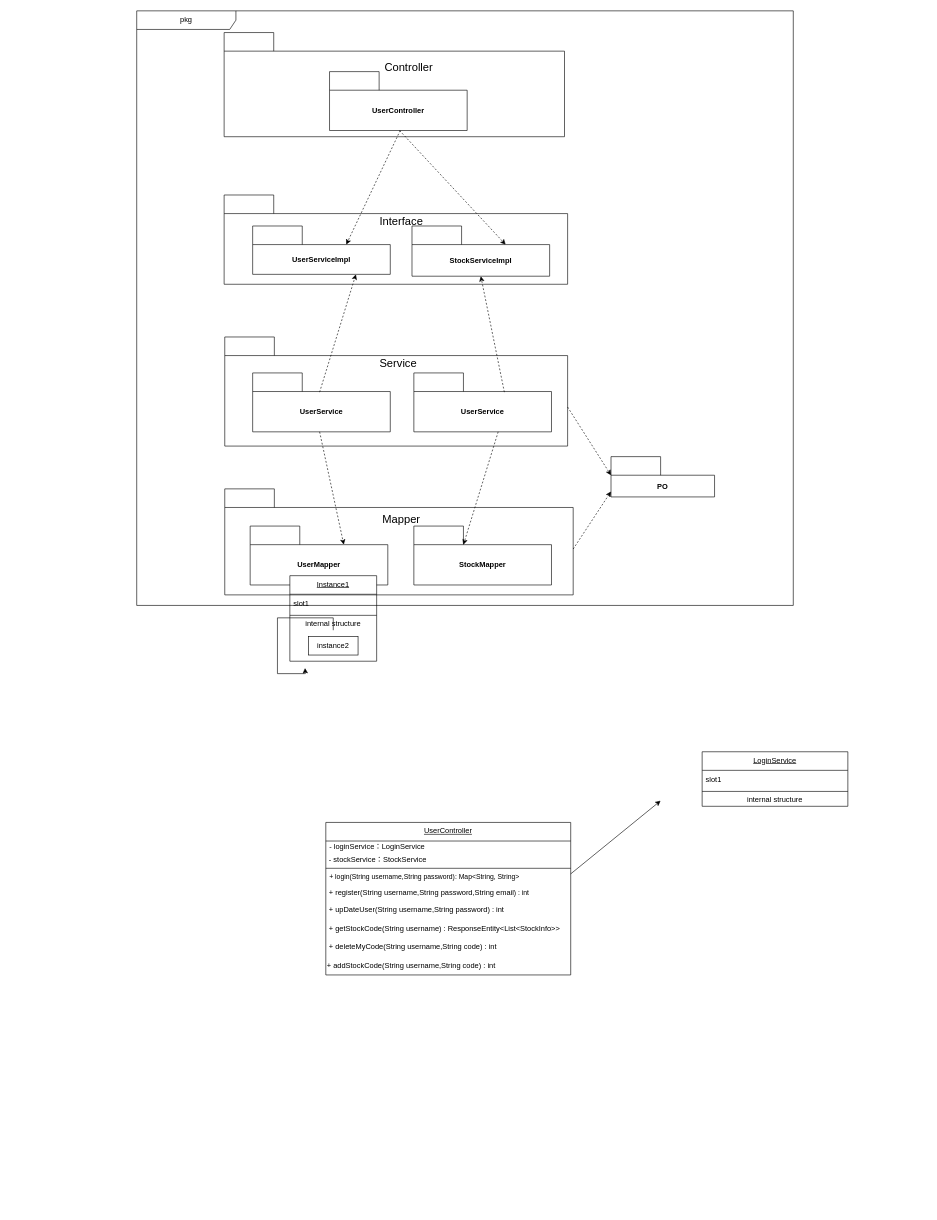
The draw.io diagram web/未命名绘图.drawio in Alemdx/pic-bed, before the edit. Source tidied: cells renumbered, new cells numbered last; positions are measured from the earlier drawing's top-left corner, leaving out a move shared by most shapes. Both pictures are drawn from the tidied source at 62%, with x=0, y=0 at pixel (136, 11).
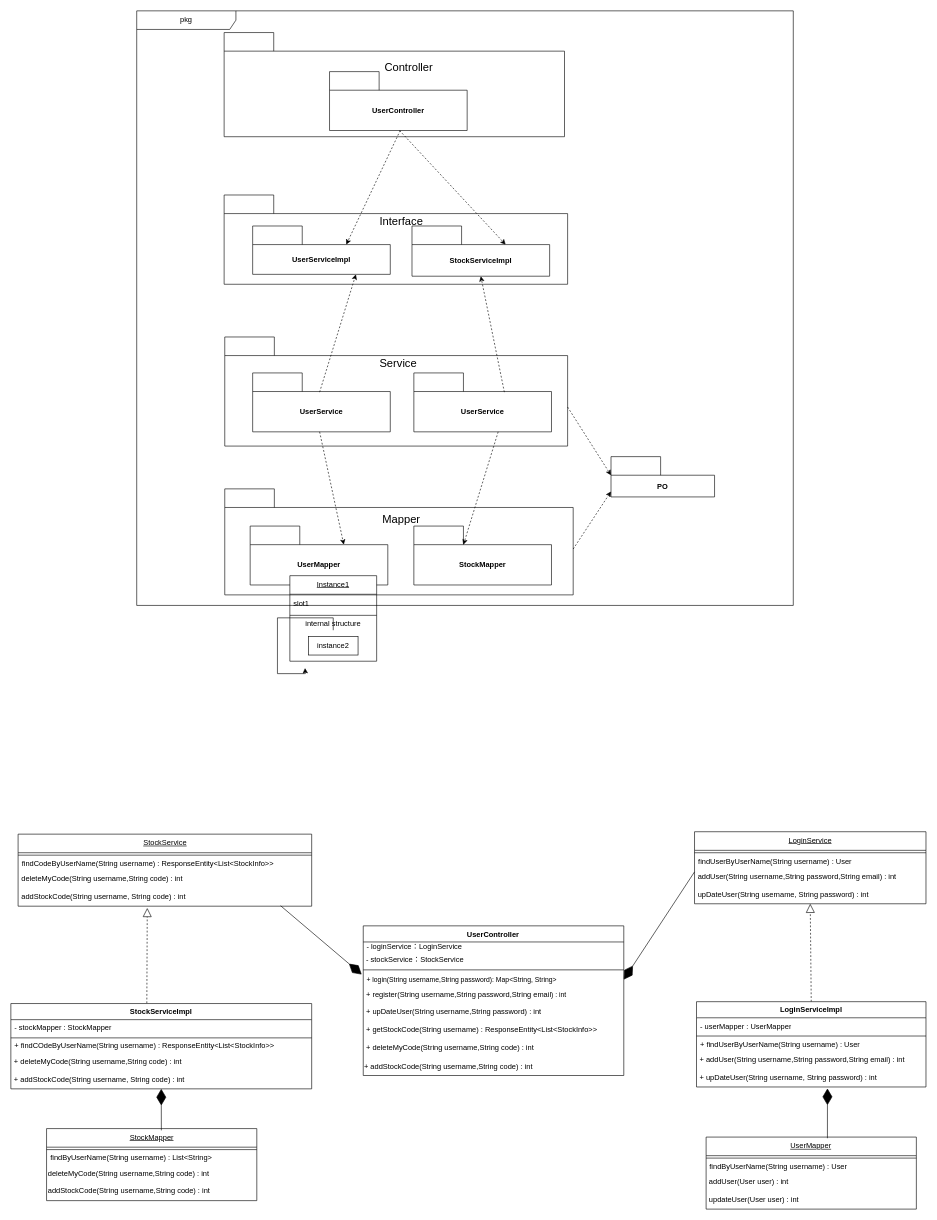
After the change.

Commit message:
更新未命名绘图.drawio

What changed in the source:
```diff
@@
+    <mxCell id="49" style="group;" parent="1" vertex="1">
+      <mxGeometry x="-203" y="1324" width="1476" height="608" as="geometry" />
+    </mxCell>
+    <mxCell id="45" value="LoginService" style="swimlane;fontStyle=4;align=center;verticalAlign=top;horizontal=1;startSize=30;html=1;whiteSpace=wrap;rotation=0;" parent="49" vertex="1">
+      <mxGeometry x="1102.7" width="373.3" height="116.2" as="geometry" />
+    </mxCell>
+    <mxCell id="47" style="line;strokeWidth=1;fillColor=none;align=left;verticalAlign=middle;spacingTop=-1;spacingLeft=3;spacingRight=3;labelPosition=right;rotation=0;" parent="45" vertex="1">
+      <mxGeometry y="30" width="373.3" height="7.8" as="geometry" />
+    </mxCell>
+    <mxCell id="48" value="findUserByUserName(String username) : User" style="html=1;strokeColor=none;fillColor=none;align=left;verticalAlign=middle;spacingLeft=4;spacingRight=4;whiteSpace=wrap;rotation=0;" parent="45" vertex="1">
+      <mxGeometry y="37.8" width="373.3" height="19.6" as="geometry" />
+    </mxCell>
+    <mxCell id="50" value="&amp;nbsp;addUser(String username,String password,String email) : int" style="text;html=1;strokeColor=none;fillColor=none;align=left;verticalAlign=middle;whiteSpace=wrap;rounded=0;" parent="45" vertex="1">
+      <mxGeometry y="57.4" width="373.3" height="29.4" as="geometry" />
+    </mxCell>
+    <mxCell id="51" value="&amp;nbsp;upDateUser(String username, String password) : int&amp;nbsp;" style="text;html=1;strokeColor=none;fillColor=none;align=left;verticalAlign=middle;whiteSpace=wrap;rounded=0;" parent="45" vertex="1">
+      <mxGeometry y="86.8" width="373.3" height="29.4" as="geometry" />
+    </mxCell>
+    <mxCell id="52" value="StockService" style="swimlane;fontStyle=4;align=center;verticalAlign=top;horizontal=1;startSize=30;html=1;whiteSpace=wrap;rotation=0;" parent="49" vertex="1">
+      <mxGeometry x="11.7" y="3.9" width="473.5" height="116.2" as="geometry" />
+    </mxCell>
+    <mxCell id="53" style="line;strokeWidth=1;fillColor=none;align=left;verticalAlign=middle;spacingTop=-1;spacingLeft=3;spacingRight=3;labelPosition=right;rotation=0;" parent="52" vertex="1">
+      <mxGeometry y="30" width="473.5" height="7.8" as="geometry" />
+    </mxCell>
+    <mxCell id="54" value="findCodeByUserName(String username) :&amp;nbsp;ResponseEntity&amp;lt;List&amp;lt;StockInfo&amp;gt;&amp;gt;" style="html=1;strokeColor=none;fillColor=none;align=left;verticalAlign=middle;spacingLeft=4;spacingRight=4;whiteSpace=wrap;rotation=0;" parent="52" vertex="1">
+      <mxGeometry y="37.8" width="473.5" height="19.6" as="geometry" />
+    </mxCell>
+    <mxCell id="55" value="&amp;nbsp;deleteMyCode(String username,String code) : int" style="text;html=1;strokeColor=none;fillColor=none;align=left;verticalAlign=middle;whiteSpace=wrap;rounded=0;" parent="52" vertex="1">
+      <mxGeometry y="57.4" width="473.5" height="29.4" as="geometry" />
+    </mxCell>
+    <mxCell id="56" value="&amp;nbsp;addStockCode(String username, String code) : int&amp;nbsp;" style="text;html=1;strokeColor=none;fillColor=none;align=left;verticalAlign=middle;whiteSpace=wrap;rounded=0;" parent="52" vertex="1">
+      <mxGeometry y="86.8" width="473.5" height="29.4" as="geometry" />
+    </mxCell>
+    <mxCell id="57" style="endArrow=block;dashed=1;endFill=0;endSize=12;html=1;rounded=0;entryX=0.5;entryY=1;entryDx=0;entryDy=0;exitX=0.5;exitY=0;exitDx=0;exitDy=0;" parent="49" edge="1" source="61" target="51">
+      <mxGeometry relative="1" as="geometry" />
+    </mxCell>
+    <mxCell id="58" style="endArrow=diamondThin;endFill=1;endSize=24;html=1;rounded=0;exitX=0;exitY=0.25;exitDx=0;exitDy=0;entryX=1;entryY=0.5;entryDx=0;entryDy=0;" parent="49" edge="1" source="50" target="38">
+      <mxGeometry relative="1" as="geometry" />
+    </mxCell>
+    <mxCell id="59" style="endArrow=diamondThin;endFill=1;endSize=24;html=1;rounded=0;entryX=-0.006;entryY=0.148;entryDx=0;entryDy=0;entryPerimeter=0;" parent="49" edge="1" target="38">
+      <mxGeometry relative="1" as="geometry">
+        <mxPoint x="435.1" y="119.4" as="sourcePoint" />
+      </mxGeometry>
+    </mxCell>
+    <mxCell id="60" style="endArrow=block;dashed=1;endFill=0;endSize=12;html=1;rounded=0;entryX=0.44;entryY=1.097;entryDx=0;entryDy=0;entryPerimeter=0;exitX=0.452;exitY=-0.004;exitDx=0;exitDy=0;exitPerimeter=0;" parent="49" edge="1" source="68" target="56">
+      <mxGeometry relative="1" as="geometry" />
+    </mxCell>
+    <mxCell id="61" value="LoginServiceImpl" style="swimlane;fontStyle=1;align=center;verticalAlign=top;horizontal=1;startSize=26;whiteSpace=wrap;html=1;" parent="49" vertex="1">
+      <mxGeometry x="1105.9" y="274.1" width="370.1" height="137.6" as="geometry" />
+    </mxCell>
+    <mxCell id="62" value="- userMapper : UserMapper" style="text;strokeColor=none;fillColor=none;align=left;verticalAlign=top;spacingLeft=4;spacingRight=4;overflow=hidden;whiteSpace=wrap;html=1;" parent="61" vertex="1">
+      <mxGeometry y="26" width="370.1" height="25.5" as="geometry" />
+    </mxCell>
+    <mxCell id="63" style="line;strokeWidth=1;fillColor=none;align=left;verticalAlign=middle;spacingTop=-1;spacingLeft=3;spacingRight=3;labelPosition=right;strokeColor=inherit;" parent="61" vertex="1">
+      <mxGeometry y="51.5" width="370.1" height="7.8" as="geometry" />
+    </mxCell>
+    <mxCell id="64" value="+ findUserByUserName(String username) : User" style="html=1;strokeColor=none;fillColor=none;align=left;verticalAlign=middle;spacingLeft=4;spacingRight=4;whiteSpace=wrap;rotation=0;" parent="61" vertex="1">
+      <mxGeometry y="59.3" width="370.1" height="19.6" as="geometry" />
+    </mxCell>
+    <mxCell id="65" value="&amp;nbsp;+ addUser(String username,String password,String email) : int" style="text;html=1;strokeColor=none;fillColor=none;align=left;verticalAlign=middle;whiteSpace=wrap;rounded=0;" parent="61" vertex="1">
+      <mxGeometry y="78.9" width="370.1" height="29.4" as="geometry" />
+    </mxCell>
+    <mxCell id="66" value="&amp;nbsp;+ upDateUser(String username, String password) : int&amp;nbsp;" style="text;html=1;strokeColor=none;fillColor=none;align=left;verticalAlign=middle;whiteSpace=wrap;rounded=0;" parent="61" vertex="1">
+      <mxGeometry y="108.2" width="370.1" height="29.4" as="geometry" />
+    </mxCell>
-    <mxCell id="34" value="UserController" style="swimlane;fontStyle=4;align=center;verticalAlign=top;horizontal=1;startSize=30;html=1;whiteSpace=wrap;" parent="1" vertex="1">
-      <mxGeometry x="305" y="1309" width="395" height="246" as="geometry" />
+    <mxCell id="34" value="UserController" style="swimlane;fontStyle=1;align=center;verticalAlign=top;horizontal=1;startSize=26;whiteSpace=wrap;html=1;" parent="49" vertex="1">
+      <mxGeometry x="568.4" y="151.8" width="420.2" height="241.4" as="geometry" />
     </mxCell>
     <mxCell id="35" value="-&amp;nbsp;loginService：LoginService" style="html=1;strokeColor=none;fillColor=none;align=left;verticalAlign=middle;spacingLeft=4;spacingRight=4;whiteSpace=wrap;" parent="34" vertex="1">
-      <mxGeometry y="30" width="395" height="17" as="geometry" />
+      <mxGeometry y="26" width="420.2" height="16.6" as="geometry" />
     </mxCell>
     <mxCell id="36" value="&amp;nbsp;-&amp;nbsp;stockService：StockService" style="text;html=1;strokeColor=none;fillColor=none;align=left;verticalAlign=middle;whiteSpace=wrap;rounded=0;" parent="34" vertex="1">
-      <mxGeometry y="47" width="395" height="25" as="geometry" />
+      <mxGeometry y="42.6" width="420.2" height="24.5" as="geometry" />
     </mxCell>
-    <mxCell id="37" style="line;strokeWidth=1;fillColor=none;align=left;verticalAlign=middle;spacingTop=-1;spacingLeft=3;spacingRight=3;labelPosition=right;" parent="34" vertex="1">
-      <mxGeometry y="72" width="395" height="4" as="geometry" />
-    </mxCell>
+    <mxCell id="67" style="line;strokeWidth=1;fillColor=none;align=left;verticalAlign=middle;spacingTop=-1;spacingLeft=3;spacingRight=3;labelPosition=right;strokeColor=inherit;" parent="34" vertex="1">
+      <mxGeometry y="67.1" width="420.2" height="7.8" as="geometry" />
+    </mxCell>
     <mxCell id="38" value="&lt;font style=&quot;font-size: 11px;&quot;&gt;+ login(String username,String password&lt;span style=&quot;background-color: initial; font-size: 11px;&quot;&gt;): Map&amp;lt;String, String&amp;gt;&lt;/span&gt;&lt;/font&gt;" style="html=1;strokeColor=none;fillColor=none;align=left;verticalAlign=middle;spacingLeft=4;spacingRight=4;points=[[0,0.5],[1,0.5]];whiteSpace=wrap;" parent="34" vertex="1">
-      <mxGeometry y="76" width="395" height="24" as="geometry" />
+      <mxGeometry y="75" width="420.2" height="23.5" as="geometry" />
     </mxCell>
     <mxCell id="39" value="&amp;nbsp;+ register(String username,String password,String email&lt;span style=&quot;border-color: var(--border-color); font-size: 11px; background-color: initial;&quot;&gt;) : int&lt;/span&gt;" style="text;html=1;strokeColor=none;fillColor=none;align=left;verticalAlign=middle;whiteSpace=wrap;rounded=0;" parent="34" vertex="1">
-      <mxGeometry y="100" width="395" height="26" as="geometry" />
+      <mxGeometry y="98.5" width="420.2" height="25.5" as="geometry" />
     </mxCell>
     <mxCell id="40" value="&amp;nbsp;+ upDateUser(String username,String password) : int" style="text;html=1;strokeColor=none;fillColor=none;align=left;verticalAlign=middle;whiteSpace=wrap;rounded=0;" parent="34" vertex="1">
-      <mxGeometry y="126" width="395" height="30" as="geometry" />
+      <mxGeometry y="123.9" width="420.2" height="29.4" as="geometry" />
     </mxCell>
     <mxCell id="41" value="&amp;nbsp;+ getStockCode(String username) :&amp;nbsp;ResponseEntity&amp;lt;List&amp;lt;StockInfo&amp;gt;&amp;gt;&amp;nbsp;" style="text;html=1;strokeColor=none;fillColor=none;align=left;verticalAlign=middle;whiteSpace=wrap;rounded=0;" parent="34" vertex="1">
-      <mxGeometry y="156" width="395" height="30" as="geometry" />
+      <mxGeometry y="153.3" width="420.2" height="29.4" as="geometry" />
     </mxCell>
     <mxCell id="42" value="&amp;nbsp;+ deleteMyCode(String username,String code) : int&amp;nbsp;" style="text;html=1;strokeColor=none;fillColor=none;align=left;verticalAlign=middle;whiteSpace=wrap;rounded=0;" parent="34" vertex="1">
-      <mxGeometry y="186" width="395" height="30" as="geometry" />
+      <mxGeometry y="182.7" width="420.2" height="29.4" as="geometry" />
     </mxCell>
     <mxCell id="43" value="+ addStockCode(String username,String code) : int&amp;nbsp;" style="text;html=1;strokeColor=none;fillColor=none;align=left;verticalAlign=middle;whiteSpace=wrap;rounded=0;" parent="34" vertex="1">
-      <mxGeometry y="216" width="395" height="30" as="geometry" />
+      <mxGeometry y="212" width="420.2" height="29.4" as="geometry" />
     </mxCell>
-    <mxCell id="44" style="endArrow=classic;html=1;rounded=0;" parent="1" edge="1">
-      <mxGeometry relative="1" as="geometry">
-        <mxPoint x="700" y="1392" as="sourcePoint" />
-        <mxPoint x="845" y="1274" as="targetPoint" />
-      </mxGeometry>
-    </mxCell>
-    <mxCell id="45" value="LoginService" style="swimlane;fontStyle=4;align=center;verticalAlign=top;horizontal=1;startSize=30;html=1;whiteSpace=wrap;rotation=0;" parent="1" vertex="1">
-      <mxGeometry x="912" y="1195" width="235" height="88" as="geometry" />
-    </mxCell>
-    <mxCell id="46" value="slot1" style="html=1;strokeColor=none;fillColor=none;align=left;verticalAlign=middle;spacingLeft=4;spacingRight=4;whiteSpace=wrap;rotation=0;" parent="45" vertex="1">
-      <mxGeometry y="30" width="235" height="30" as="geometry" />
-    </mxCell>
-    <mxCell id="47" style="line;strokeWidth=1;fillColor=none;align=left;verticalAlign=middle;spacingTop=-1;spacingLeft=3;spacingRight=3;labelPosition=right;rotation=0;" parent="45" vertex="1">
-      <mxGeometry y="60" width="235" height="8" as="geometry" />
-    </mxCell>
-    <mxCell id="48" value="internal structure" style="html=1;strokeColor=none;fillColor=none;align=center;verticalAlign=middle;spacingLeft=4;spacingRight=4;whiteSpace=wrap;rotation=0;" parent="45" vertex="1">
-      <mxGeometry y="68" width="235" height="20" as="geometry" />
-    </mxCell>
+    <mxCell id="68" value="StockServiceImpl" style="swimlane;fontStyle=1;align=center;verticalAlign=top;horizontal=1;startSize=26;whiteSpace=wrap;html=1;" parent="49" vertex="1">
+      <mxGeometry y="277.1" width="485.2" height="137.6" as="geometry" />
+    </mxCell>
+    <mxCell id="69" value="- stockMapper : StockMapper" style="text;strokeColor=none;fillColor=none;align=left;verticalAlign=top;spacingLeft=4;spacingRight=4;overflow=hidden;whiteSpace=wrap;html=1;" parent="68" vertex="1">
+      <mxGeometry y="26" width="485.2" height="25.5" as="geometry" />
+    </mxCell>
+    <mxCell id="70" style="line;strokeWidth=1;fillColor=none;align=left;verticalAlign=middle;spacingTop=-1;spacingLeft=3;spacingRight=3;labelPosition=right;strokeColor=inherit;" parent="68" vertex="1">
+      <mxGeometry y="51.5" width="485.2" height="7.8" as="geometry" />
+    </mxCell>
+    <mxCell id="71" value="+ findCOdeByUserName(String username) :&amp;nbsp;ResponseEntity&amp;lt;List&amp;lt;StockInfo&amp;gt;&amp;gt;" style="html=1;strokeColor=none;fillColor=none;align=left;verticalAlign=middle;spacingLeft=4;spacingRight=4;whiteSpace=wrap;rotation=0;" parent="68" vertex="1">
+      <mxGeometry y="59.3" width="485.2" height="19.6" as="geometry" />
+    </mxCell>
+    <mxCell id="72" value="&amp;nbsp;+ deleteMyCode(String username,String code) : int" style="text;html=1;strokeColor=none;fillColor=none;align=left;verticalAlign=middle;whiteSpace=wrap;rounded=0;" parent="68" vertex="1">
+      <mxGeometry y="78.9" width="485.2" height="29.4" as="geometry" />
+    </mxCell>
+    <mxCell id="73" value="&amp;nbsp;+ addStockCode(String username, String code) : int&amp;nbsp;" style="text;html=1;strokeColor=none;fillColor=none;align=left;verticalAlign=middle;whiteSpace=wrap;rounded=0;" parent="68" vertex="1">
+      <mxGeometry y="108.2" width="485.2" height="29.4" as="geometry" />
+    </mxCell>
+    <mxCell id="74" value="StockMapper" style="swimlane;fontStyle=4;align=center;verticalAlign=top;horizontal=1;startSize=30;html=1;whiteSpace=wrap;" parent="49" vertex="1">
+      <mxGeometry x="57.6" y="478.8" width="339.1" height="116.2" as="geometry" />
+    </mxCell>
+    <mxCell id="75" style="line;strokeWidth=1;fillColor=none;align=left;verticalAlign=middle;spacingTop=-1;spacingLeft=3;spacingRight=3;labelPosition=right;" parent="74" vertex="1">
+      <mxGeometry y="30" width="339.1" height="7.8" as="geometry" />
+    </mxCell>
+    <mxCell id="76" value="findByUserName(String username) : List&amp;lt;String&amp;gt;" style="html=1;strokeColor=none;fillColor=none;align=left;verticalAlign=middle;spacingLeft=4;spacingRight=4;whiteSpace=wrap;" parent="74" vertex="1">
+      <mxGeometry y="37.8" width="339.1" height="19.6" as="geometry" />
+    </mxCell>
+    <mxCell id="77" value="deleteMyCode(String username,String code) : int&amp;nbsp;" style="text;html=1;strokeColor=none;fillColor=none;align=left;verticalAlign=middle;whiteSpace=wrap;rounded=0;" parent="74" vertex="1">
+      <mxGeometry y="57.4" width="339.1" height="29.4" as="geometry" />
+    </mxCell>
+    <mxCell id="78" value="addStockCode(String username,String code) : int&amp;nbsp;" style="text;html=1;strokeColor=none;fillColor=none;align=left;verticalAlign=middle;whiteSpace=wrap;rounded=0;" parent="74" vertex="1">
+      <mxGeometry y="86.8" width="339.1" height="29.4" as="geometry" />
+    </mxCell>
+    <mxCell id="79" value="UserMapper" style="swimlane;fontStyle=4;align=center;verticalAlign=top;horizontal=1;startSize=30;html=1;whiteSpace=wrap;" parent="49" vertex="1">
+      <mxGeometry x="1121.4" y="492.5" width="339.1" height="116.2" as="geometry" />
+    </mxCell>
+    <mxCell id="80" style="line;strokeWidth=1;fillColor=none;align=left;verticalAlign=middle;spacingTop=-1;spacingLeft=3;spacingRight=3;labelPosition=right;" parent="79" vertex="1">
+      <mxGeometry y="30" width="339.1" height="7.8" as="geometry" />
+    </mxCell>
+    <mxCell id="81" value="findByUserName(String username) : User" style="html=1;strokeColor=none;fillColor=none;align=left;verticalAlign=middle;spacingLeft=4;spacingRight=4;whiteSpace=wrap;" parent="79" vertex="1">
+      <mxGeometry y="37.8" width="339.1" height="19.6" as="geometry" />
+    </mxCell>
+    <mxCell id="82" value="&amp;nbsp;addUser(User user) : int&amp;nbsp;" style="text;html=1;strokeColor=none;fillColor=none;align=left;verticalAlign=middle;whiteSpace=wrap;rounded=0;" parent="79" vertex="1">
+      <mxGeometry y="57.4" width="339.1" height="29.4" as="geometry" />
+    </mxCell>
+    <mxCell id="83" value="&amp;nbsp;updateUser(User user) : int&amp;nbsp;" style="text;html=1;strokeColor=none;fillColor=none;align=left;verticalAlign=middle;whiteSpace=wrap;rounded=0;" parent="79" vertex="1">
+      <mxGeometry y="86.8" width="339.1" height="29.4" as="geometry" />
+    </mxCell>
+    <mxCell id="84" style="endArrow=diamondThin;endFill=1;endSize=24;html=1;rounded=0;entryX=0.5;entryY=1;entryDx=0;entryDy=0;exitX=0.546;exitY=0.025;exitDx=0;exitDy=0;exitPerimeter=0;" parent="49" edge="1" source="74" target="73">
+      <mxGeometry relative="1" as="geometry" />
+    </mxCell>
+    <mxCell id="85" style="endArrow=diamondThin;endFill=1;endSize=24;html=1;rounded=0;entryX=0.5;entryY=1;entryDx=0;entryDy=0;exitX=0.577;exitY=0.016;exitDx=0;exitDy=0;exitPerimeter=0;" parent="49" edge="1" source="79">
+      <mxGeometry relative="1" as="geometry">
+        <mxPoint x="1317.1" y="414.1" as="targetPoint" />
+      </mxGeometry>
+    </mxCell>
```
